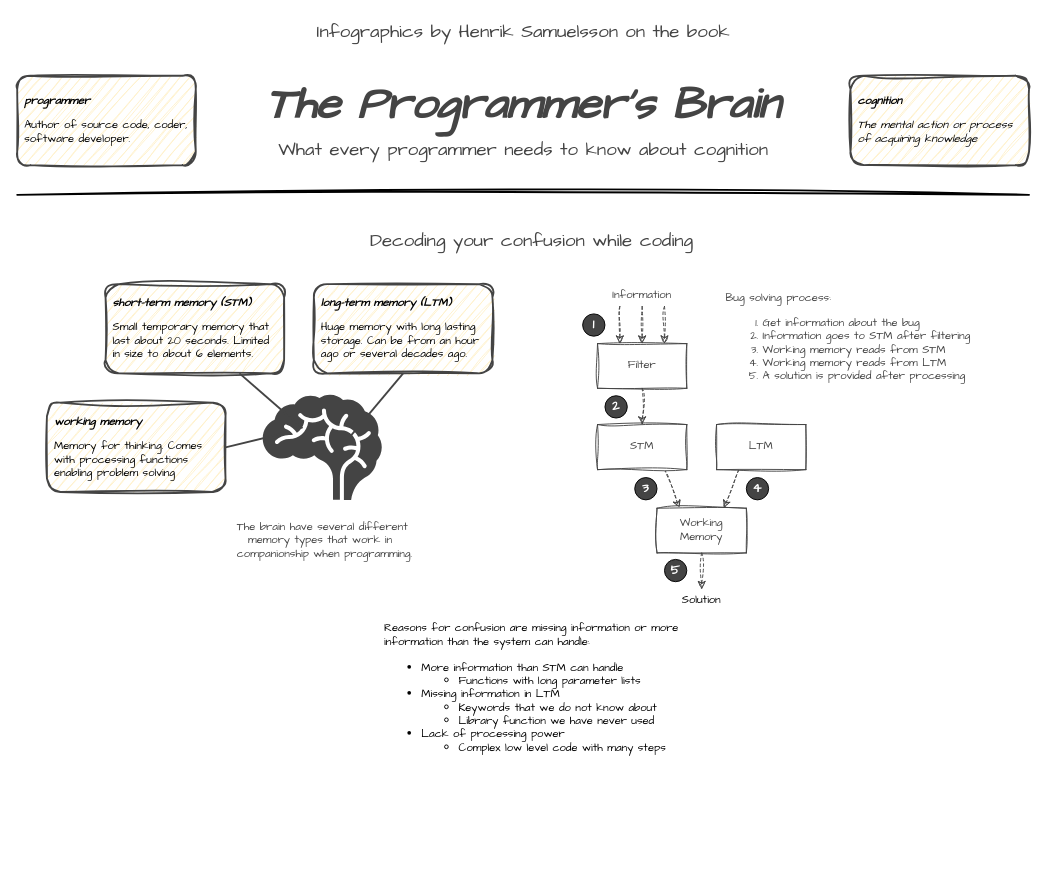
HenrikSamuelsson/reading-the-programmers-brain keeps this draw.io diagram as the-programmers-brain-info-grahics.drawio. Above is the earlier version. Source tidied: cells renumbered, new cells numbered last; positions are measured from the earlier drawing's top-left corner, leaving out a move shared by most shapes. Both pictures are drawn from the tidied source at 93%, with x=0, y=0 at pixel (17, 16).
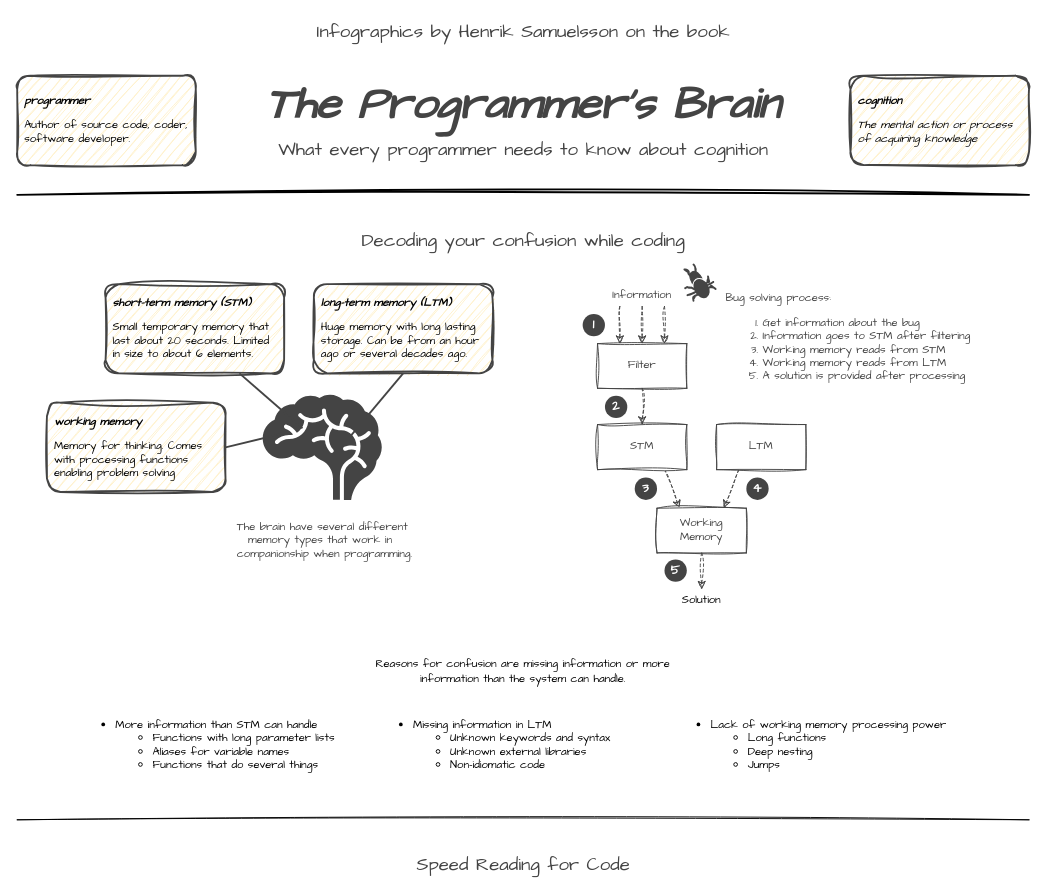
Above is the later version.

Change to the diagram source:
```diff
@@
     <mxCell id="8" value="Decoding your confusion while coding" style="text;html=1;strokeColor=none;fillColor=none;align=center;verticalAlign=middle;rounded=0;labelBackgroundColor=none;fontFamily=Comic Sans MS;fontSize=20;fontColor=#444444;fontStyle=0;" parent="1" vertex="1">
-      <mxGeometry x="233" y="224" width="640" height="32" as="geometry" />
+      <mxGeometry y="224" width="1088" height="32" as="geometry" />
     </mxCell>
@@
-    <mxCell id="22" value="1" style="ellipse;whiteSpace=wrap;html=1;strokeWidth=1;fontFamily=Comic Sans MS;fontSize=14;fillColor=#444444;fontStyle=1;labelBackgroundColor=#444444;fontColor=#FFFFFF;comic=0;jiggle=1;" parent="1" vertex="1">
+    <mxCell id="22" value="1" style="ellipse;whiteSpace=wrap;html=1;strokeWidth=1;fontFamily=Comic Sans MS;fontSize=14;fillColor=#444444;fontStyle=1;labelBackgroundColor=#444444;fontColor=#FFFFFF;comic=0;jiggle=1;strokeColor=none;" parent="1" vertex="1">
       <mxGeometry x="608" y="320" width="24" height="24" as="geometry" />
     </mxCell>
-    <mxCell id="23" value="2" style="ellipse;whiteSpace=wrap;html=1;strokeWidth=1;fontFamily=Comic Sans MS;fontSize=14;fillColor=#444444;fontStyle=1;labelBackgroundColor=#444444;fontColor=#FFFFFF;" parent="1" vertex="1">
+    <mxCell id="23" value="2" style="ellipse;whiteSpace=wrap;html=1;strokeWidth=1;fontFamily=Comic Sans MS;fontSize=14;fillColor=#444444;fontStyle=1;labelBackgroundColor=#444444;fontColor=#FFFFFF;strokeColor=none;" parent="1" vertex="1">
       <mxGeometry x="632" y="408" width="24" height="24" as="geometry" />
     </mxCell>
-    <mxCell id="24" value="3" style="ellipse;whiteSpace=wrap;html=1;strokeWidth=1;fontFamily=Comic Sans MS;fontSize=14;fillColor=#444444;fontStyle=1;labelBackgroundColor=#444444;fontColor=#FFFFFF;" parent="1" vertex="1">
+    <mxCell id="24" value="3" style="ellipse;whiteSpace=wrap;html=1;strokeWidth=1;fontFamily=Comic Sans MS;fontSize=14;fillColor=#444444;fontStyle=1;labelBackgroundColor=#444444;fontColor=#FFFFFF;strokeColor=none;" parent="1" vertex="1">
       <mxGeometry x="664" y="496" width="24" height="24" as="geometry" />
     </mxCell>
-    <mxCell id="25" value="4" style="ellipse;whiteSpace=wrap;html=1;strokeWidth=1;fontFamily=Comic Sans MS;fontSize=14;fillColor=#444444;fontStyle=1;labelBackgroundColor=#444444;fontColor=#FFFFFF;" parent="1" vertex="1">
+    <mxCell id="25" value="4" style="ellipse;whiteSpace=wrap;html=1;strokeWidth=1;fontFamily=Comic Sans MS;fontSize=14;fillColor=#444444;fontStyle=1;labelBackgroundColor=#444444;fontColor=#FFFFFF;strokeColor=none;" parent="1" vertex="1">
       <mxGeometry x="784" y="496" width="24" height="24" as="geometry" />
     </mxCell>
-    <mxCell id="26" value="5" style="ellipse;whiteSpace=wrap;html=1;strokeWidth=1;fontFamily=Comic Sans MS;fontSize=14;fillColor=#444444;fontStyle=1;labelBackgroundColor=#444444;fontColor=#FFFFFF;" parent="1" vertex="1">
+    <mxCell id="26" value="5" style="ellipse;whiteSpace=wrap;html=1;strokeWidth=1;fontFamily=Comic Sans MS;fontSize=14;fillColor=#444444;fontStyle=1;labelBackgroundColor=#444444;fontColor=#FFFFFF;strokeColor=none;" parent="1" vertex="1">
       <mxGeometry x="696" y="584" width="24" height="24" as="geometry" />
     </mxCell>
@@
-    <mxCell id="28" value="&lt;font face=&quot;Comic Sans MS&quot;&gt;Reasons for confusion are missing information or more information than the system can handle:&lt;br&gt;&lt;ul&gt;&lt;li style=&quot;&quot;&gt;More information than STM can handle&lt;/li&gt;&lt;ul&gt;&lt;li style=&quot;&quot;&gt;Functions with long parameter lists&lt;/li&gt;&lt;/ul&gt;&lt;li style=&quot;&quot;&gt;Missing information in LTM&lt;/li&gt;&lt;ul&gt;&lt;li style=&quot;&quot;&gt;Keywords that we do not know about&lt;/li&gt;&lt;li style=&quot;&quot;&gt;Library function we have never used&lt;/li&gt;&lt;/ul&gt;&lt;li&gt;Lack of processing power&lt;/li&gt;&lt;ul&gt;&lt;li&gt;Complex low level code with many steps&lt;/li&gt;&lt;/ul&gt;&lt;/ul&gt;&lt;/font&gt;" style="text;html=1;strokeColor=none;fillColor=none;align=left;verticalAlign=middle;whiteSpace=wrap;rounded=0;comic=0;sketch=0;jiggle=1;" parent="1" vertex="1">
-      <mxGeometry x="393" y="648" width="320" height="160" as="geometry" />
+    <mxCell id="28" value="&lt;font face=&quot;Comic Sans MS&quot;&gt;Reasons for confusion are missing information or more information than the system can handle.&lt;br&gt;&lt;/font&gt;" style="text;html=1;strokeColor=none;fillColor=none;align=center;verticalAlign=middle;whiteSpace=wrap;rounded=0;comic=0;sketch=0;jiggle=1;" parent="1" vertex="1">
+      <mxGeometry x="384" y="672" width="320" height="64" as="geometry" />
     </mxCell>
@@
+    <mxCell id="38" value="&lt;br&gt;&lt;ul style=&quot;border-color: var(--border-color); color: rgb(0, 0, 0); font-family: &amp;quot;Comic Sans MS&amp;quot;; font-size: 12px; font-style: normal; font-variant-ligatures: normal; font-variant-caps: normal; font-weight: 400; letter-spacing: normal; orphans: 2; text-indent: 0px; text-transform: none; widows: 2; word-spacing: 0px; -webkit-text-stroke-width: 0px; text-decoration-thickness: initial; text-decoration-style: initial; text-decoration-color: initial;&quot;&gt;&lt;li style=&quot;border-color: var(--border-color);&quot;&gt;More information than STM can handle&lt;/li&gt;&lt;ul style=&quot;border-color: var(--border-color);&quot;&gt;&lt;li style=&quot;border-color: var(--border-color);&quot;&gt;Functions with long parameter lists&lt;/li&gt;&lt;li style=&quot;border-color: var(--border-color);&quot;&gt;Aliases for variable names&lt;/li&gt;&lt;li style=&quot;border-color: var(--border-color);&quot;&gt;Functions that do several things&lt;/li&gt;&lt;/ul&gt;&lt;/ul&gt;&lt;br&gt;" style="text;html=1;strokeColor=none;fillColor=none;align=left;verticalAlign=middle;whiteSpace=wrap;rounded=0;labelBackgroundColor=none;" parent="1" vertex="1">
+      <mxGeometry x="64" y="736" width="320" height="96" as="geometry" />
+    </mxCell>
+    <mxCell id="39" value="&lt;ul style=&quot;border-color: var(--border-color); color: rgb(0, 0, 0); font-family: &amp;quot;Comic Sans MS&amp;quot;; font-size: 12px; font-style: normal; font-variant-ligatures: normal; font-variant-caps: normal; font-weight: 400; letter-spacing: normal; orphans: 2; text-indent: 0px; text-transform: none; widows: 2; word-spacing: 0px; -webkit-text-stroke-width: 0px; text-decoration-thickness: initial; text-decoration-style: initial; text-decoration-color: initial;&quot;&gt;&lt;li&gt;&lt;span style=&quot;font-family: &amp;quot;Comic Sans MS&amp;quot;; background-color: initial;&quot;&gt;Missing information in LTM&lt;/span&gt;&lt;/li&gt;&lt;ul style=&quot;border-color: var(--border-color);&quot;&gt;&lt;li style=&quot;border-color: var(--border-color);&quot;&gt;Unknown keywords and syntax&lt;/li&gt;&lt;li style=&quot;border-color: var(--border-color);&quot;&gt;Unknown external libraries&lt;/li&gt;&lt;li style=&quot;border-color: var(--border-color);&quot;&gt;Non-idiomatic code&lt;/li&gt;&lt;/ul&gt;&lt;/ul&gt;" style="text;html=1;strokeColor=none;fillColor=none;align=left;verticalAlign=middle;whiteSpace=wrap;rounded=0;labelBackgroundColor=none;" parent="1" vertex="1">
+      <mxGeometry x="384" y="736" width="320" height="96" as="geometry" />
+    </mxCell>
+    <mxCell id="40" value="&lt;ul style=&quot;border-color: var(--border-color); color: rgb(0, 0, 0); font-family: &amp;quot;Comic Sans MS&amp;quot;; font-size: 12px; font-style: normal; font-variant-ligatures: normal; font-variant-caps: normal; font-weight: 400; letter-spacing: normal; orphans: 2; text-indent: 0px; text-transform: none; widows: 2; word-spacing: 0px; -webkit-text-stroke-width: 0px; text-decoration-thickness: initial; text-decoration-style: initial; text-decoration-color: initial;&quot;&gt;&lt;li&gt;&lt;span style=&quot;font-family: &amp;quot;Comic Sans MS&amp;quot;; background-color: initial;&quot;&gt;Lack of working memory processing power&lt;/span&gt;&lt;/li&gt;&lt;ul&gt;&lt;li&gt;Long functions&lt;/li&gt;&lt;li&gt;Deep nesting&lt;/li&gt;&lt;li&gt;Jumps&lt;/li&gt;&lt;/ul&gt;&lt;/ul&gt;" style="text;html=1;strokeColor=none;fillColor=none;align=left;verticalAlign=middle;whiteSpace=wrap;rounded=0;labelBackgroundColor=none;" parent="1" vertex="1">
+      <mxGeometry x="704" y="736" width="320" height="96" as="geometry" />
+    </mxCell>
+    <mxCell id="41" style="endArrow=none;html=1;rounded=0;sketch=1;curveFitting=1;jiggle=2;" parent="1" edge="1">
+      <mxGeometry relative="1" as="geometry">
+        <mxPoint y="864" as="sourcePoint" />
+        <mxPoint x="1088" y="864" as="targetPoint" />
+      </mxGeometry>
+    </mxCell>
+    <mxCell id="42" value="Speed Reading for Code" style="text;html=1;strokeColor=none;fillColor=none;align=center;verticalAlign=middle;rounded=0;labelBackgroundColor=none;fontFamily=Comic Sans MS;fontSize=20;fontColor=#444444;fontStyle=0;" parent="1" vertex="1">
+      <mxGeometry y="896" width="1088" height="32" as="geometry" />
+    </mxCell>
+    <mxCell id="43" style="group;" parent="1" vertex="1">
+      <mxGeometry x="720.5" y="267" width="28" height="39.3" as="geometry" />
+    </mxCell>
+    <mxCell id="44" style="shape=xor;whiteSpace=wrap;html=1;labelBackgroundColor=none;strokeColor=#444444;fillColor=#444444;rotation=-120;" parent="43" vertex="1">
+      <mxGeometry x="2.4" y="6.6" width="10.7" height="11.8" as="geometry" />
+    </mxCell>
+    <mxCell id="45" style="ellipse;whiteSpace=wrap;html=1;labelBackgroundColor=none;strokeColor=none;fillColor=#444444;rotation=60;" parent="43" vertex="1">
+      <mxGeometry x="4.3" y="17.9" width="22.1" height="15.7" as="geometry" />
+    </mxCell>
+    <mxCell id="46" style="endArrow=none;html=1;rounded=0;sketch=1;entryX=0.854;entryY=0.804;entryDx=0;entryDy=0;strokeColor=#444444;strokeWidth=2;entryPerimeter=0;edgeStyle=orthogonalEdgeStyle;curved=1;" parent="43" edge="1" target="44">
+      <mxGeometry relative="1" as="geometry">
+        <mxPoint x="6.7" as="sourcePoint" />
+      </mxGeometry>
+    </mxCell>
+    <mxCell id="47" style="endArrow=none;html=1;rounded=0;sketch=1;entryX=0.896;entryY=0.318;entryDx=0;entryDy=0;strokeColor=#444444;strokeWidth=2;entryPerimeter=0;edgeStyle=orthogonalEdgeStyle;elbow=vertical;curved=1;" parent="43" edge="1" target="44">
+      <mxGeometry x="-1" y="-43" relative="1" as="geometry">
+        <mxPoint x="-3.1" y="5.2" as="sourcePoint" />
+        <Array as="points">
+          <mxPoint x="1.8" y="5.2" />
+          <mxPoint x="1.8" y="11.2" />
+        </Array>
+        <mxPoint x="-35" y="2" as="offset" />
+      </mxGeometry>
+    </mxCell>
+    <mxCell id="48" style="endArrow=none;html=1;rounded=1;sketch=1;strokeColor=#444444;strokeWidth=2;" parent="43" edge="1" target="45">
+      <mxGeometry relative="1" as="geometry">
+        <mxPoint x="28" y="18.7" as="sourcePoint" />
+      </mxGeometry>
+    </mxCell>
+    <mxCell id="49" style="endArrow=none;html=1;rounded=1;sketch=1;strokeColor=#444444;strokeWidth=2;exitX=0.5;exitY=1;exitDx=0;exitDy=0;" parent="43" edge="1" source="45">
+      <mxGeometry relative="1" as="geometry">
+        <mxPoint x="0.2" y="32.9" as="targetPoint" />
+      </mxGeometry>
+    </mxCell>
+    <mxCell id="50" style="endArrow=none;html=1;rounded=1;sketch=1;strokeColor=#444444;strokeWidth=2;exitX=0.667;exitY=0.984;exitDx=0;exitDy=0;exitPerimeter=0;" parent="43" edge="1" source="45">
+      <mxGeometry relative="1" as="geometry">
+        <mxPoint x="6.7" y="38.9" as="targetPoint" />
+        <Array as="points">
+          <mxPoint x="5.9" y="34.4" />
+        </Array>
+      </mxGeometry>
+    </mxCell>
+    <mxCell id="51" style="endArrow=none;html=1;rounded=1;sketch=1;strokeColor=#444444;strokeWidth=2;" parent="43" edge="1">
+      <mxGeometry x="-1" relative="1" as="geometry">
+        <mxPoint x="30.5" y="26.2" as="sourcePoint" />
+        <mxPoint x="22.3" y="25.4" as="targetPoint" />
+        <Array as="points">
+          <mxPoint x="26.4" y="23.2" />
+        </Array>
+      </mxGeometry>
+    </mxCell>
+    <mxCell id="52" style="endArrow=none;html=1;rounded=1;sketch=1;strokeColor=#444444;strokeWidth=2;" parent="43" edge="1" target="45">
+      <mxGeometry relative="1" as="geometry">
+        <mxPoint x="22.3" y="12.7" as="sourcePoint" />
+        <Array as="points">
+          <mxPoint x="23.1" y="17.2" />
+        </Array>
+      </mxGeometry>
+    </mxCell>
+    <mxCell id="53" style="endArrow=none;html=1;rounded=1;sketch=1;strokeColor=#444444;strokeWidth=2;entryX=0.356;entryY=0.959;entryDx=0;entryDy=0;entryPerimeter=0;" parent="43" edge="1" target="45">
+      <mxGeometry relative="1" as="geometry">
+        <mxPoint x="-2.3" y="25.4" as="sourcePoint" />
+        <Array as="points">
+          <mxPoint x="1.8" y="23.2" />
+        </Array>
+      </mxGeometry>
+    </mxCell>
```
